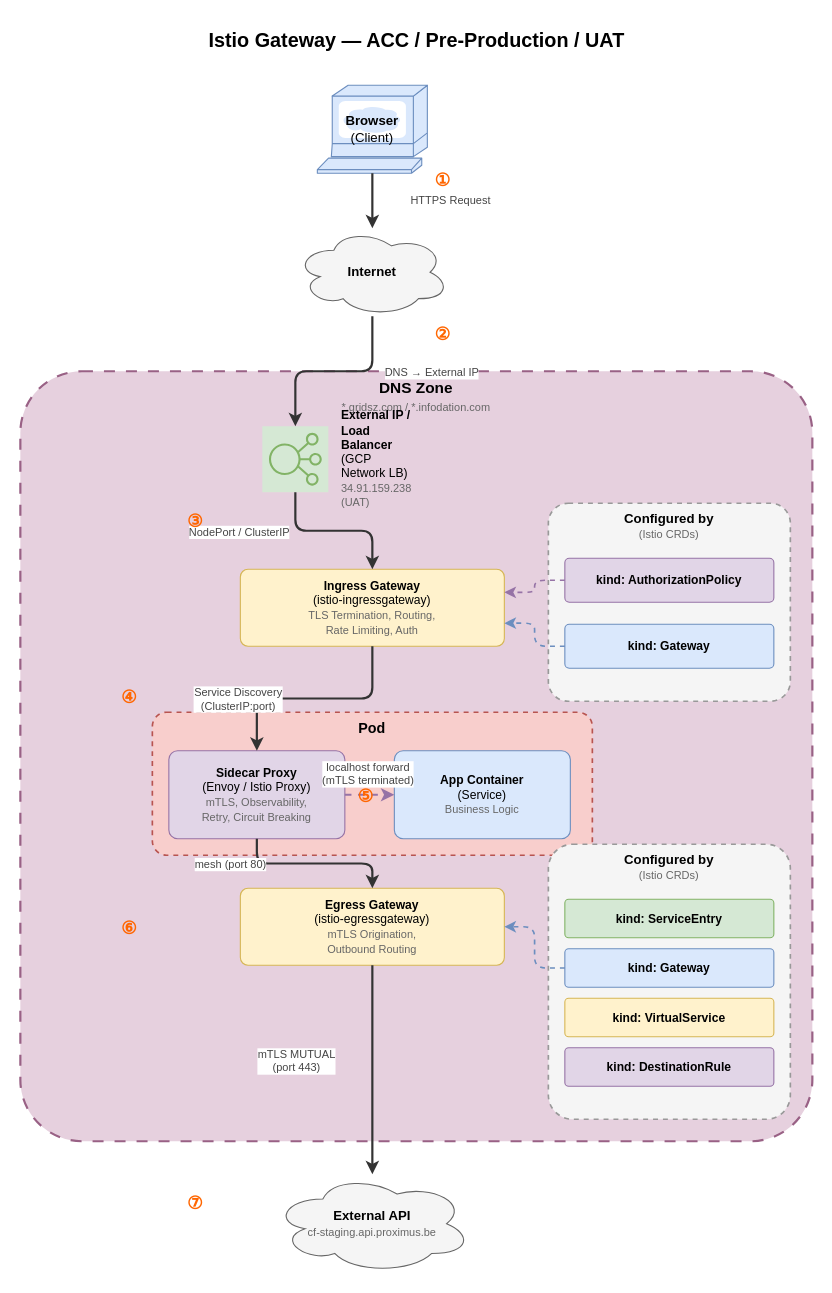
Before: istio-ingress-gateway-diagram.drawio in ntrong2009/diagrams, a draw.io diagram. Source tidied: cells renumbered, new cells numbered last; positions are measured from the earlier drawing's top-left corner, leaving out a move shared by most shapes. Both pictures are drawn from the tidied source at 110%, with x=0, y=0 at pixel (20, 19).
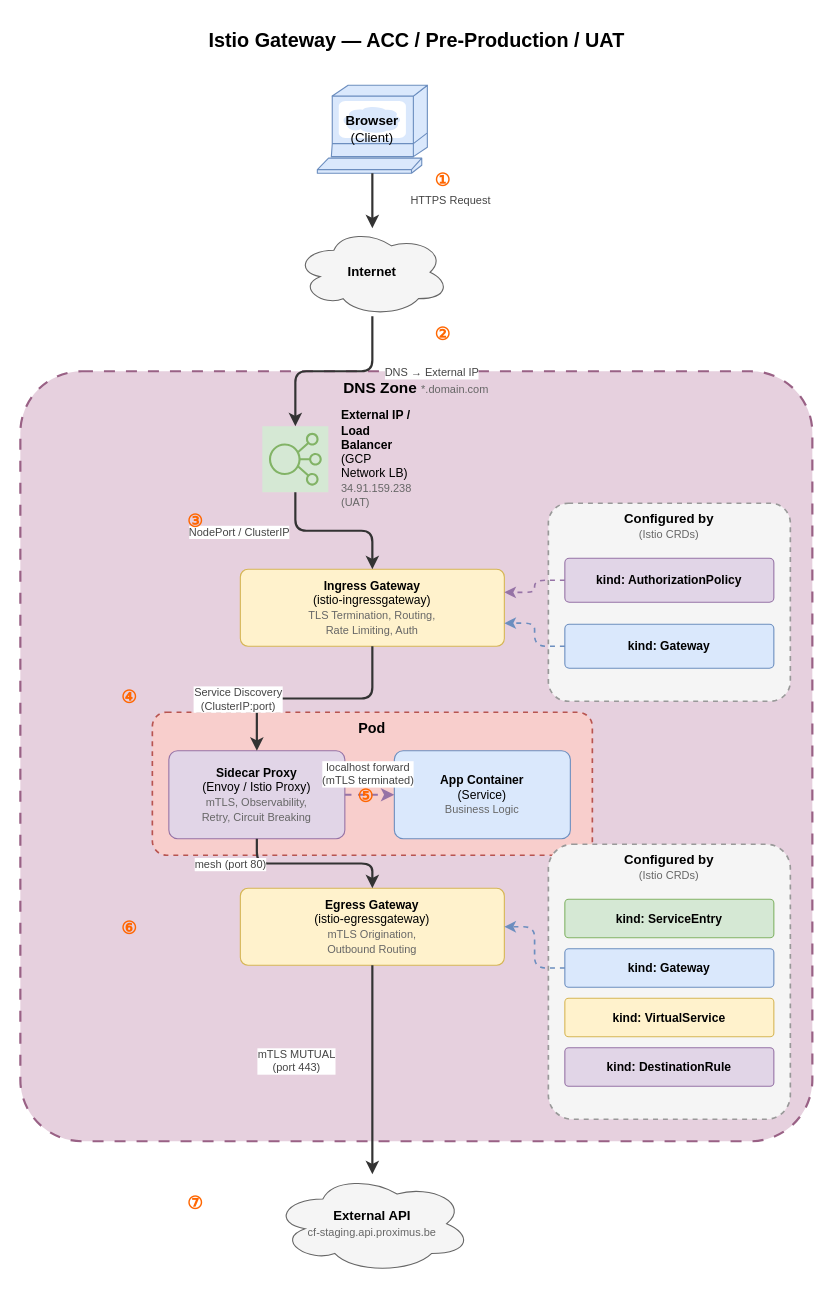
The same page after the edit.

Change to the diagram source:
```diff
@@
-    <mxCell id="5" value="&lt;b&gt;DNS Zone&lt;/b&gt;&lt;br&gt;&lt;font style='font-size:10px;color:#666;'&gt;*.gridsz.com / *.infodation.com&lt;/font&gt;" style="rounded=1;whiteSpace=wrap;html=1;fillColor=#e6d0de;strokeColor=#996185;verticalAlign=top;fontSize=14;arcSize=8;dashed=1;dashPattern=5 5;strokeWidth=2;" parent="1" vertex="1">
+    <mxCell id="5" value="&lt;b&gt;DNS Zone&amp;nbsp;&lt;/b&gt;&lt;font style=&quot;font-size: 10px; color: rgb(102, 102, 102);&quot;&gt;*.domain.com&lt;/font&gt;" style="rounded=1;whiteSpace=wrap;html=1;fillColor=#e6d0de;strokeColor=#996185;verticalAlign=top;fontSize=14;arcSize=8;dashed=1;dashPattern=5 5;strokeWidth=2;" parent="1" vertex="1">
       <mxGeometry y="320" width="720" height="700" as="geometry" />
     </mxCell>
```
